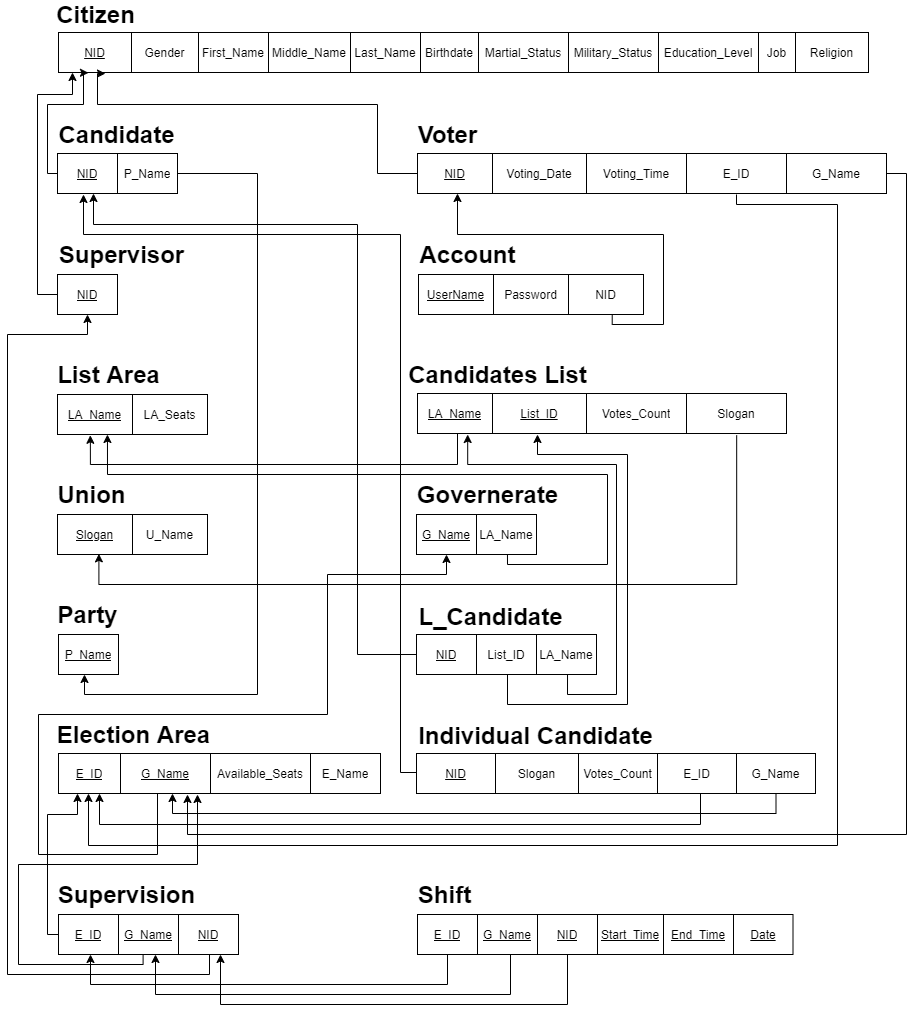
Above: schema.png in ziad-khobeiz/e-voting-system (draw.io), before the change. Source tidied: cells renumbered, new cells last; positions are measured from the earlier drawing's top-left corner, leaving out a move shared by most shapes.
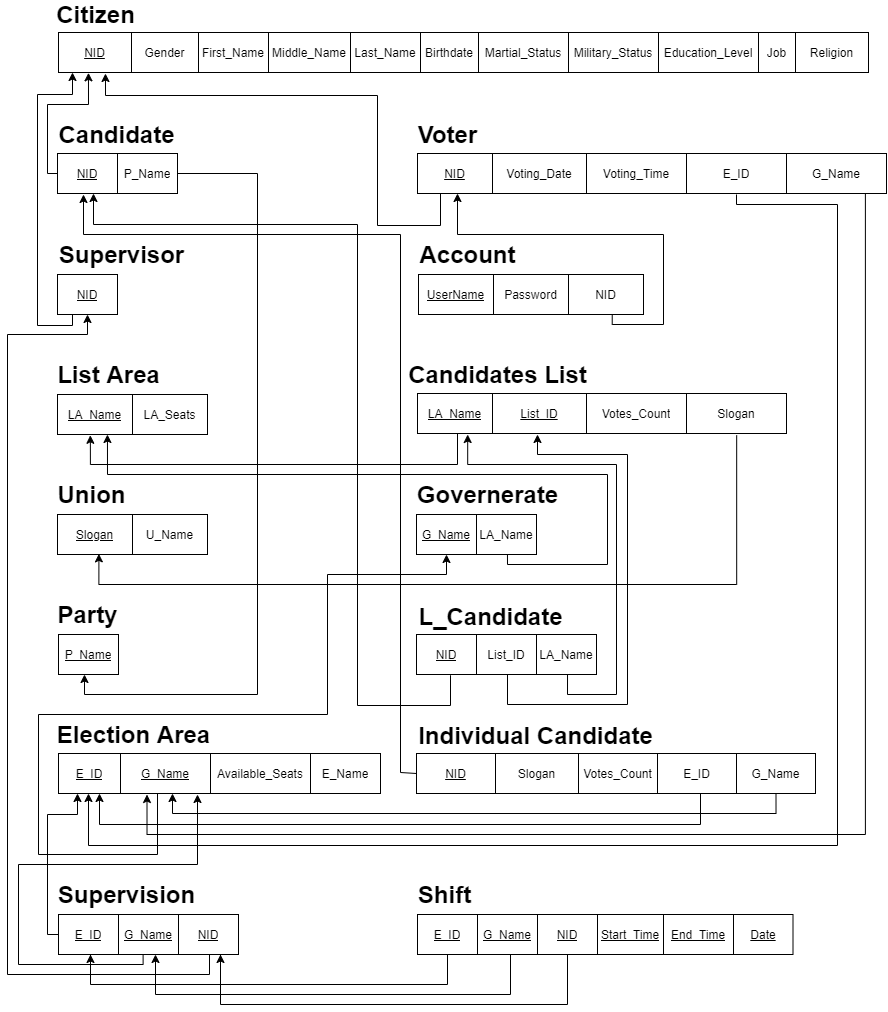
Later version of the same file.

Diff of the diagram source:
```diff
@@ -201,9 +201,10 @@
     <mxCell id="65" style="edgeStyle=orthogonalEdgeStyle;rounded=0;jettySize=auto;html=1;entryX=0.058;entryY=1.025;entryDx=0;entryDy=0;entryPerimeter=0;" parent="1" edge="1" source="56" target="3">
       <mxGeometry relative="1" as="geometry">
         <Array as="points">
-          <mxPoint x="370" y="169" />
-          <mxPoint x="370" y="100" />
-          <mxPoint x="90" y="100" />
+          <mxPoint x="433" y="221" />
+          <mxPoint x="370" y="221" />
+          <mxPoint x="370" y="91" />
+          <mxPoint x="98" y="91" />
         </Array>
       </mxGeometry>
     </mxCell>
@@ -213,7 +214,7 @@
         <Array as="points">
           <mxPoint x="40" y="169" />
           <mxPoint x="40" y="100" />
-          <mxPoint x="76" y="100" />
+          <mxPoint x="81" y="100" />
         </Array>
       </mxGeometry>
     </mxCell>
@@ -229,10 +230,11 @@
     <mxCell id="70" value="&lt;u&gt;NID&lt;/u&gt;" style="shape=partialRectangle;html=1;whiteSpace=wrap;overflow=hidden;fillColor=none;top=0;left=0;bottom=0;right=0;" parent="69" vertex="1">
       <mxGeometry width="60" height="40" as="geometry" />
     </mxCell>
-    <mxCell id="71" style="edgeStyle=orthogonalEdgeStyle;rounded=0;jettySize=auto;html=1;exitX=0;exitY=0.5;exitDx=0;exitDy=0;" parent="1" edge="1" source="69" target="3">
+    <mxCell id="71" style="edgeStyle=orthogonalEdgeStyle;rounded=0;jettySize=auto;html=1;exitX=0.25;exitY=1;exitDx=0;exitDy=0;" parent="1" edge="1" source="68" target="3">
       <mxGeometry relative="1" as="geometry">
         <Array as="points">
-          <mxPoint x="30" y="290" />
+          <mxPoint x="65" y="321" />
+          <mxPoint x="30" y="321" />
           <mxPoint x="30" y="90" />
           <mxPoint x="65" y="90" />
         </Array>
@@ -296,21 +298,21 @@
       <mxGeometry relative="1" as="geometry">
         <mxPoint x="76" y="190" as="targetPoint" />
         <Array as="points">
-          <mxPoint x="409" y="768" />
           <mxPoint x="393" y="768" />
           <mxPoint x="393" y="230" />
           <mxPoint x="76" y="230" />
         </Array>
       </mxGeometry>
     </mxCell>
-    <mxCell id="91" style="edgeStyle=orthogonalEdgeStyle;rounded=0;jettySize=auto;html=1;exitX=0;exitY=0.5;exitDx=0;exitDy=0;" parent="1" edge="1" source="73">
+    <mxCell id="91" style="edgeStyle=orthogonalEdgeStyle;rounded=0;jettySize=auto;html=1;exitX=0.189;exitY=0.998;exitDx=0;exitDy=0;exitPerimeter=0;" parent="1" edge="1" source="72">
       <mxGeometry relative="1" as="geometry">
         <mxPoint x="86" y="189" as="targetPoint" />
         <Array as="points">
-          <mxPoint x="350" y="650" />
+          <mxPoint x="443" y="671" />
+          <mxPoint x="443" y="701" />
+          <mxPoint x="350" y="701" />
           <mxPoint x="350" y="220" />
           <mxPoint x="86" y="220" />
-          <mxPoint x="86" y="190" />
         </Array>
       </mxGeometry>
     </mxCell>
@@ -349,13 +351,12 @@
         </Array>
       </mxGeometry>
     </mxCell>
-    <mxCell id="96" style="edgeStyle=orthogonalEdgeStyle;rounded=0;jettySize=auto;html=1;exitX=1;exitY=0.5;exitDx=0;exitDy=0;" parent="1" edge="1" source="56">
+    <mxCell id="96" style="edgeStyle=orthogonalEdgeStyle;rounded=0;jettySize=auto;html=1;exitX=0.955;exitY=1.008;exitDx=0;exitDy=0;exitPerimeter=0;" parent="1" edge="1" source="55">
       <mxGeometry relative="1" as="geometry">
-        <mxPoint x="180" y="790" as="targetPoint" />
+        <mxPoint x="139.5" y="790" as="targetPoint" />
         <Array as="points">
-          <mxPoint x="899" y="169" />
-          <mxPoint x="899" y="830" />
-          <mxPoint x="180" y="830" />
+          <mxPoint x="858" y="830" />
+          <mxPoint x="140" y="830" />
         </Array>
       </mxGeometry>
     </mxCell>
```
